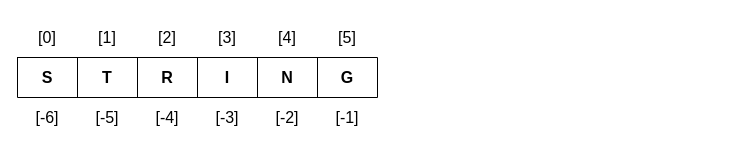
Before: page "strings" (1 of 9) of docs/diagrams.drawio in kushnertodd/basic-data-science-python, a draw.io diagram. Source tidied: cells renumbered, new cells numbered last; positions are measured from the earlier drawing's top-left corner, leaving out a move shared by most shapes. Both pictures are drawn from the tidied source at 100%, with x=0, y=0 at pixel (17, 17).
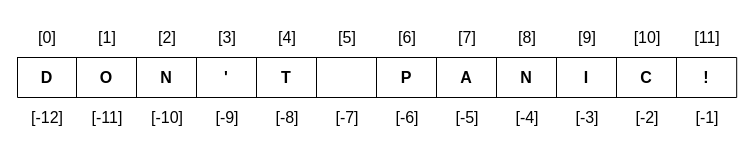
After the change.

Commit message (it also covers changes not shown here):
diagrams-lists-1

The edit, as a diff of the source:
```diff
@@
     <mxCell id="2" style="shape=table;startSize=0;childLayout=tableLayout;fontSize=16;fontStyle=1;" parent="1" vertex="1">
-      <mxGeometry y="40" width="360" height="40" as="geometry" />
+      <mxGeometry y="40" width="719.2" height="40" as="geometry" />
     </mxCell>
     <mxCell id="3" style="shape=tableRow;horizontal=0;startSize=0;swimlaneHead=0;swimlaneBody=0;strokeColor=inherit;top=0;left=0;bottom=0;right=0;fillColor=none;fontSize=16;" parent="2" vertex="1">
-      <mxGeometry width="360" height="40" as="geometry" />
+      <mxGeometry width="719.2" height="40" as="geometry" />
     </mxCell>
-    <mxCell id="4" value="&lt;b&gt;S&lt;/b&gt;" style="shape=partialRectangle;html=1;whiteSpace=wrap;strokeColor=inherit;overflow=hidden;fillColor=none;top=0;left=0;bottom=0;right=0;fontSize=16;" parent="3" vertex="1">
-      <mxGeometry width="60" height="40" as="geometry" />
+    <mxCell id="4" value="&lt;b&gt;D&lt;/b&gt;" style="shape=partialRectangle;html=1;whiteSpace=wrap;strokeColor=inherit;overflow=hidden;fillColor=none;top=0;left=0;bottom=0;right=0;fontSize=16;" parent="3" vertex="1">
+      <mxGeometry width="59" height="40" as="geometry" />
     </mxCell>
-    <mxCell id="5" value="&lt;b&gt;T&lt;/b&gt;" style="shape=partialRectangle;html=1;whiteSpace=wrap;strokeColor=inherit;overflow=hidden;fillColor=none;top=0;left=0;bottom=0;right=0;fontSize=16;" parent="3" vertex="1">
-      <mxGeometry x="60" width="60" height="40" as="geometry" />
+    <mxCell id="5" value="&lt;b&gt;O&lt;/b&gt;" style="shape=partialRectangle;html=1;whiteSpace=wrap;strokeColor=inherit;overflow=hidden;fillColor=none;top=0;left=0;bottom=0;right=0;fontSize=16;" parent="3" vertex="1">
+      <mxGeometry x="59" width="60" height="40" as="geometry" />
     </mxCell>
-    <mxCell id="6" value="&lt;b&gt;R&lt;/b&gt;" style="shape=partialRectangle;html=1;whiteSpace=wrap;strokeColor=inherit;overflow=hidden;fillColor=none;top=0;left=0;bottom=0;right=0;fontSize=16;" parent="3" vertex="1">
-      <mxGeometry x="120" width="60" height="40" as="geometry" />
+    <mxCell id="6" value="&lt;b&gt;N&lt;/b&gt;" style="shape=partialRectangle;html=1;whiteSpace=wrap;strokeColor=inherit;overflow=hidden;fillColor=none;top=0;left=0;bottom=0;right=0;fontSize=16;" parent="3" vertex="1">
+      <mxGeometry x="119" width="60" height="40" as="geometry" />
     </mxCell>
-    <mxCell id="7" value="&lt;b&gt;I&lt;/b&gt;" style="shape=partialRectangle;html=1;whiteSpace=wrap;strokeColor=inherit;overflow=hidden;fillColor=none;top=0;left=0;bottom=0;right=0;fontSize=16;" parent="3" vertex="1">
-      <mxGeometry x="180" width="60" height="40" as="geometry" />
+    <mxCell id="7" value="&lt;b&gt;'&lt;/b&gt;" style="shape=partialRectangle;html=1;whiteSpace=wrap;strokeColor=inherit;overflow=hidden;fillColor=none;top=0;left=0;bottom=0;right=0;fontSize=16;" parent="3" vertex="1">
+      <mxGeometry x="179" width="60" height="40" as="geometry" />
     </mxCell>
-    <mxCell id="8" value="&lt;b&gt;N&lt;/b&gt;" style="shape=partialRectangle;html=1;whiteSpace=wrap;strokeColor=inherit;overflow=hidden;fillColor=none;top=0;left=0;bottom=0;right=0;fontSize=16;" parent="3" vertex="1">
-      <mxGeometry x="240" width="60" height="40" as="geometry" />
+    <mxCell id="8" value="&lt;b&gt;T&lt;/b&gt;" style="shape=partialRectangle;html=1;whiteSpace=wrap;strokeColor=inherit;overflow=hidden;fillColor=none;top=0;left=0;bottom=0;right=0;fontSize=16;" parent="3" vertex="1">
+      <mxGeometry x="239" width="60" height="40" as="geometry" />
     </mxCell>
-    <mxCell id="9" value="&lt;b&gt;G&lt;/b&gt;" style="shape=partialRectangle;html=1;whiteSpace=wrap;strokeColor=inherit;overflow=hidden;fillColor=none;top=0;left=0;bottom=0;right=0;fontSize=16;" parent="3" vertex="1">
-      <mxGeometry x="300" width="60" height="40" as="geometry" />
+    <mxCell id="9" value="&lt;b&gt;&amp;nbsp;&lt;/b&gt;" style="shape=partialRectangle;html=1;whiteSpace=wrap;strokeColor=inherit;overflow=hidden;fillColor=none;top=0;left=0;bottom=0;right=0;fontSize=16;" parent="3" vertex="1">
+      <mxGeometry x="299" width="60" height="40" as="geometry" />
     </mxCell>
+    <mxCell id="26" value="&lt;b&gt;P&lt;/b&gt;" style="shape=partialRectangle;html=1;whiteSpace=wrap;strokeColor=inherit;overflow=hidden;fillColor=none;top=0;left=0;bottom=0;right=0;fontSize=16;" parent="3" vertex="1">
+      <mxGeometry x="359" width="60" height="40" as="geometry" />
+    </mxCell>
+    <mxCell id="27" value="&lt;b&gt;A&lt;/b&gt;" style="shape=partialRectangle;html=1;whiteSpace=wrap;strokeColor=inherit;overflow=hidden;fillColor=none;top=0;left=0;bottom=0;right=0;fontSize=16;" parent="3" vertex="1">
+      <mxGeometry x="419" width="60" height="40" as="geometry" />
+    </mxCell>
+    <mxCell id="28" value="&lt;b&gt;N&lt;/b&gt;" style="shape=partialRectangle;html=1;whiteSpace=wrap;strokeColor=inherit;overflow=hidden;fillColor=none;top=0;left=0;bottom=0;right=0;fontSize=16;" parent="3" vertex="1">
+      <mxGeometry x="479" width="60" height="40" as="geometry" />
+    </mxCell>
+    <mxCell id="29" value="&lt;b&gt;I&lt;/b&gt;" style="shape=partialRectangle;html=1;whiteSpace=wrap;strokeColor=inherit;overflow=hidden;fillColor=none;top=0;left=0;bottom=0;right=0;fontSize=16;" parent="3" vertex="1">
+      <mxGeometry x="539" width="60" height="40" as="geometry" />
+    </mxCell>
+    <mxCell id="30" value="&lt;b&gt;C&lt;/b&gt;" style="shape=partialRectangle;html=1;whiteSpace=wrap;strokeColor=inherit;overflow=hidden;fillColor=none;top=0;left=0;bottom=0;right=0;fontSize=16;" parent="3" vertex="1">
+      <mxGeometry x="599" width="60" height="40" as="geometry" />
+    </mxCell>
+    <mxCell id="31" value="&lt;b&gt;!&lt;/b&gt;" style="shape=partialRectangle;html=1;whiteSpace=wrap;strokeColor=inherit;overflow=hidden;fillColor=none;top=0;left=0;bottom=0;right=0;fontSize=16;" parent="3" vertex="1">
+      <mxGeometry x="659" width="60" height="40" as="geometry" />
+    </mxCell>
     <mxCell id="10" style="shape=table;startSize=0;childLayout=tableLayout;fontSize=16;strokeWidth=0;opacity=0;" parent="1" vertex="1">
-      <mxGeometry width="360" height="40" as="geometry" />
+      <mxGeometry width="720" height="40" as="geometry" />
     </mxCell>
     <mxCell id="11" style="shape=tableRow;horizontal=0;startSize=0;swimlaneHead=0;swimlaneBody=0;strokeColor=inherit;top=0;left=0;bottom=0;right=0;fillColor=none;fontSize=16;" parent="10" vertex="1">
-      <mxGeometry width="360" height="40" as="geometry" />
+      <mxGeometry width="720" height="40" as="geometry" />
     </mxCell>
@@
+    <mxCell id="32" value="[6]" style="shape=partialRectangle;html=1;whiteSpace=wrap;strokeColor=inherit;overflow=hidden;fillColor=none;top=0;left=0;bottom=0;right=0;fontSize=16;" parent="11" vertex="1">
+      <mxGeometry x="360" width="60" height="40" as="geometry" />
+    </mxCell>
+    <mxCell id="33" value="[7]" style="shape=partialRectangle;html=1;whiteSpace=wrap;strokeColor=inherit;overflow=hidden;fillColor=none;top=0;left=0;bottom=0;right=0;fontSize=16;" parent="11" vertex="1">
+      <mxGeometry x="420" width="60" height="40" as="geometry" />
+    </mxCell>
+    <mxCell id="34" value="[8]" style="shape=partialRectangle;html=1;whiteSpace=wrap;strokeColor=inherit;overflow=hidden;fillColor=none;top=0;left=0;bottom=0;right=0;fontSize=16;" parent="11" vertex="1">
+      <mxGeometry x="480" width="60" height="40" as="geometry" />
+    </mxCell>
+    <mxCell id="35" value="[9]" style="shape=partialRectangle;html=1;whiteSpace=wrap;strokeColor=inherit;overflow=hidden;fillColor=none;top=0;left=0;bottom=0;right=0;fontSize=16;" parent="11" vertex="1">
+      <mxGeometry x="540" width="60" height="40" as="geometry" />
+    </mxCell>
+    <mxCell id="36" value="[10]" style="shape=partialRectangle;html=1;whiteSpace=wrap;strokeColor=inherit;overflow=hidden;fillColor=none;top=0;left=0;bottom=0;right=0;fontSize=16;" parent="11" vertex="1">
+      <mxGeometry x="600" width="60" height="40" as="geometry" />
+    </mxCell>
+    <mxCell id="37" value="[11]" style="shape=partialRectangle;html=1;whiteSpace=wrap;strokeColor=inherit;overflow=hidden;fillColor=none;top=0;left=0;bottom=0;right=0;fontSize=16;" parent="11" vertex="1">
+      <mxGeometry x="660" width="60" height="40" as="geometry" />
+    </mxCell>
     <mxCell id="18" style="shape=table;startSize=0;childLayout=tableLayout;fontSize=16;strokeWidth=0;opacity=0;" parent="1" vertex="1">
-      <mxGeometry y="80" width="360" height="40" as="geometry" />
+      <mxGeometry y="80" width="720" height="40" as="geometry" />
     </mxCell>
     <mxCell id="19" style="shape=tableRow;horizontal=0;startSize=0;swimlaneHead=0;swimlaneBody=0;strokeColor=inherit;top=0;left=0;bottom=0;right=0;fillColor=none;fontSize=16;" parent="18" vertex="1">
-      <mxGeometry width="360" height="40" as="geometry" />
+      <mxGeometry width="720" height="40" as="geometry" />
     </mxCell>
-    <mxCell id="20" value="[-6]" style="shape=partialRectangle;html=1;whiteSpace=wrap;strokeColor=inherit;overflow=hidden;fillColor=none;top=0;left=0;bottom=0;right=0;fontSize=16;" parent="19" vertex="1">
+    <mxCell id="20" value="[-12]" style="shape=partialRectangle;html=1;whiteSpace=wrap;strokeColor=inherit;overflow=hidden;fillColor=none;top=0;left=0;bottom=0;right=0;fontSize=16;" parent="19" vertex="1">
       <mxGeometry width="60" height="40" as="geometry" />
     </mxCell>
-    <mxCell id="21" value="[-5]" style="shape=partialRectangle;html=1;whiteSpace=wrap;strokeColor=inherit;overflow=hidden;fillColor=none;top=0;left=0;bottom=0;right=0;fontSize=16;" parent="19" vertex="1">
+    <mxCell id="21" value="[-11]" style="shape=partialRectangle;html=1;whiteSpace=wrap;strokeColor=inherit;overflow=hidden;fillColor=none;top=0;left=0;bottom=0;right=0;fontSize=16;" parent="19" vertex="1">
       <mxGeometry x="60" width="60" height="40" as="geometry" />
     </mxCell>
-    <mxCell id="22" value="[-4]" style="shape=partialRectangle;html=1;whiteSpace=wrap;strokeColor=inherit;overflow=hidden;fillColor=none;top=0;left=0;bottom=0;right=0;fontSize=16;" parent="19" vertex="1">
+    <mxCell id="22" value="[-10]" style="shape=partialRectangle;html=1;whiteSpace=wrap;strokeColor=inherit;overflow=hidden;fillColor=none;top=0;left=0;bottom=0;right=0;fontSize=16;" parent="19" vertex="1">
       <mxGeometry x="120" width="60" height="40" as="geometry" />
     </mxCell>
-    <mxCell id="23" value="[-3]" style="shape=partialRectangle;html=1;whiteSpace=wrap;strokeColor=inherit;overflow=hidden;fillColor=none;top=0;left=0;bottom=0;right=0;fontSize=16;" parent="19" vertex="1">
+    <mxCell id="23" value="[-9]" style="shape=partialRectangle;html=1;whiteSpace=wrap;strokeColor=inherit;overflow=hidden;fillColor=none;top=0;left=0;bottom=0;right=0;fontSize=16;" parent="19" vertex="1">
       <mxGeometry x="180" width="60" height="40" as="geometry" />
     </mxCell>
-    <mxCell id="24" value="[-2]" style="shape=partialRectangle;html=1;whiteSpace=wrap;strokeColor=inherit;overflow=hidden;fillColor=none;top=0;left=0;bottom=0;right=0;fontSize=16;" parent="19" vertex="1">
+    <mxCell id="24" value="[-8]" style="shape=partialRectangle;html=1;whiteSpace=wrap;strokeColor=inherit;overflow=hidden;fillColor=none;top=0;left=0;bottom=0;right=0;fontSize=16;" parent="19" vertex="1">
       <mxGeometry x="240" width="60" height="40" as="geometry" />
     </mxCell>
-    <mxCell id="25" value="[-1]" style="shape=partialRectangle;html=1;whiteSpace=wrap;strokeColor=inherit;overflow=hidden;fillColor=none;top=0;left=0;bottom=0;right=0;fontSize=16;" parent="19" vertex="1">
+    <mxCell id="25" value="[-7]" style="shape=partialRectangle;html=1;whiteSpace=wrap;strokeColor=inherit;overflow=hidden;fillColor=none;top=0;left=0;bottom=0;right=0;fontSize=16;" parent="19" vertex="1">
       <mxGeometry x="300" width="60" height="40" as="geometry" />
     </mxCell>
+    <mxCell id="38" value="[-6]" style="shape=partialRectangle;html=1;whiteSpace=wrap;strokeColor=inherit;overflow=hidden;fillColor=none;top=0;left=0;bottom=0;right=0;fontSize=16;" parent="19" vertex="1">
+      <mxGeometry x="360" width="60" height="40" as="geometry" />
+    </mxCell>
+    <mxCell id="39" value="[-5]" style="shape=partialRectangle;html=1;whiteSpace=wrap;strokeColor=inherit;overflow=hidden;fillColor=none;top=0;left=0;bottom=0;right=0;fontSize=16;" parent="19" vertex="1">
+      <mxGeometry x="420" width="60" height="40" as="geometry" />
+    </mxCell>
+    <mxCell id="40" value="[-4]" style="shape=partialRectangle;html=1;whiteSpace=wrap;strokeColor=inherit;overflow=hidden;fillColor=none;top=0;left=0;bottom=0;right=0;fontSize=16;" parent="19" vertex="1">
+      <mxGeometry x="480" width="60" height="40" as="geometry" />
+    </mxCell>
+    <mxCell id="41" value="[-3]" style="shape=partialRectangle;html=1;whiteSpace=wrap;strokeColor=inherit;overflow=hidden;fillColor=none;top=0;left=0;bottom=0;right=0;fontSize=16;" parent="19" vertex="1">
+      <mxGeometry x="540" width="60" height="40" as="geometry" />
+    </mxCell>
+    <mxCell id="42" value="[-2]" style="shape=partialRectangle;html=1;whiteSpace=wrap;strokeColor=inherit;overflow=hidden;fillColor=none;top=0;left=0;bottom=0;right=0;fontSize=16;" parent="19" vertex="1">
+      <mxGeometry x="600" width="60" height="40" as="geometry" />
+    </mxCell>
+    <mxCell id="43" value="[-1]" style="shape=partialRectangle;html=1;whiteSpace=wrap;strokeColor=inherit;overflow=hidden;fillColor=none;top=0;left=0;bottom=0;right=0;fontSize=16;" parent="19" vertex="1">
+      <mxGeometry x="660" width="60" height="40" as="geometry" />
+    </mxCell>
```
